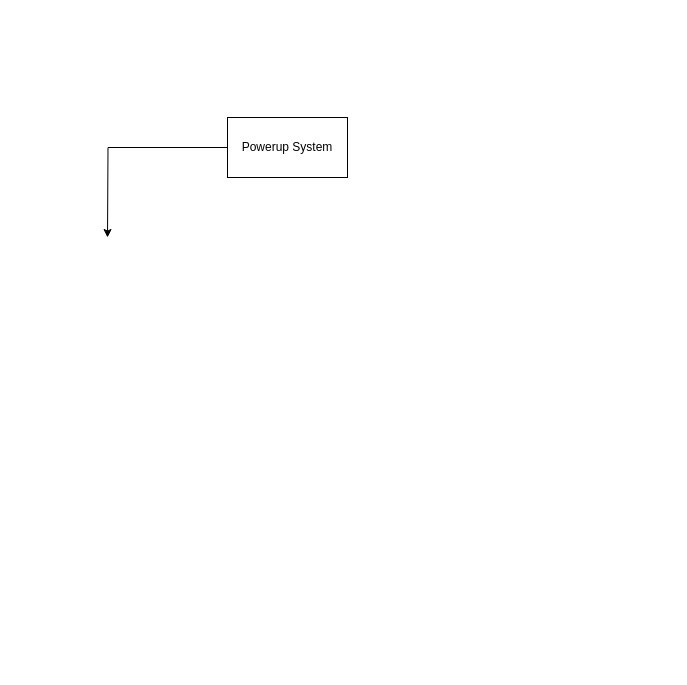
Before: Untitled Diagram.drawio in asian-mario/PongChamp, a draw.io diagram. Source tidied: cells renumbered, new cells numbered last; positions are measured from the earlier drawing's top-left corner, leaving out a move shared by most shapes. Both pictures are drawn from the tidied source at 100%, with x=0, y=0 at pixel (107, 117).
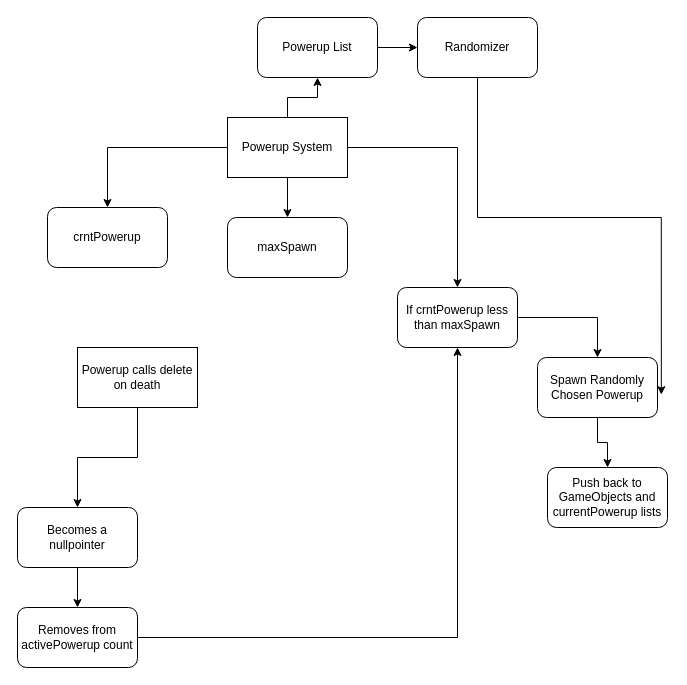
The same page after the edit.

The change refers to these unchanged cells:
```xml
<mxCell id="3" value="Powerup System" style="rounded=0;whiteSpace=wrap;html=1;" parent="1" vertex="1">
  <mxGeometry x="120" width="120" height="60" as="geometry" />
</mxCell>
```

What changed in the source:
```diff
@@
-    <mxCell id="2" style="edgeStyle=orthogonalEdgeStyle;rounded=0;jettySize=auto;html=1;" parent="1" edge="1" source="3">
-      <mxGeometry relative="1" as="geometry">
-        <mxPoint y="120" as="targetPoint" />
-      </mxGeometry>
+    <mxCell id="2" style="edgeStyle=orthogonalEdgeStyle;rounded=0;jettySize=auto;html=1;" parent="1" edge="1" source="3" target="7">
+      <mxGeometry relative="1" as="geometry" />
     </mxCell>
+    <mxCell id="4" style="edgeStyle=orthogonalEdgeStyle;rounded=0;jettySize=auto;html=1;" parent="1" edge="1" source="3" target="8">
+      <mxGeometry relative="1" as="geometry" />
+    </mxCell>
+    <mxCell id="5" style="edgeStyle=orthogonalEdgeStyle;rounded=0;jettySize=auto;html=1;" parent="1" edge="1" source="3" target="10">
+      <mxGeometry relative="1" as="geometry" />
+    </mxCell>
+    <mxCell id="6" style="edgeStyle=orthogonalEdgeStyle;rounded=0;jettySize=auto;html=1;" parent="1" edge="1" source="3" target="14">
+      <mxGeometry relative="1" as="geometry" />
+    </mxCell>
@@
+    <mxCell id="7" value="crntPowerup" style="rounded=1;whiteSpace=wrap;html=1;" parent="1" vertex="1">
+      <mxGeometry x="-60" y="90" width="120" height="60" as="geometry" />
+    </mxCell>
+    <mxCell id="8" value="maxSpawn" style="rounded=1;whiteSpace=wrap;html=1;" parent="1" vertex="1">
+      <mxGeometry x="120" y="100" width="120" height="60" as="geometry" />
+    </mxCell>
+    <mxCell id="9" style="edgeStyle=orthogonalEdgeStyle;rounded=0;jettySize=auto;html=1;" parent="1" edge="1" source="10" target="12">
+      <mxGeometry relative="1" as="geometry" />
+    </mxCell>
+    <mxCell id="10" value="If crntPowerup less than maxSpawn" style="rounded=1;whiteSpace=wrap;html=1;" parent="1" vertex="1">
+      <mxGeometry x="290" y="170" width="120" height="60" as="geometry" />
+    </mxCell>
+    <mxCell id="11" style="edgeStyle=orthogonalEdgeStyle;rounded=0;jettySize=auto;html=1;" parent="1" edge="1" source="12" target="17">
+      <mxGeometry relative="1" as="geometry" />
+    </mxCell>
+    <mxCell id="12" value="Spawn Randomly Chosen Powerup" style="rounded=1;whiteSpace=wrap;html=1;" parent="1" vertex="1">
+      <mxGeometry x="430" y="240" width="120" height="60" as="geometry" />
+    </mxCell>
+    <mxCell id="13" style="edgeStyle=orthogonalEdgeStyle;rounded=0;jettySize=auto;html=1;" parent="1" edge="1" source="14" target="16">
+      <mxGeometry relative="1" as="geometry" />
+    </mxCell>
+    <mxCell id="14" value="Powerup List" style="rounded=1;whiteSpace=wrap;html=1;" parent="1" vertex="1">
+      <mxGeometry x="150" y="-100" width="120" height="60" as="geometry" />
+    </mxCell>
+    <mxCell id="15" style="edgeStyle=orthogonalEdgeStyle;rounded=0;jettySize=auto;html=1;entryX=1.032;entryY=0.619;entryDx=0;entryDy=0;entryPerimeter=0;" parent="1" edge="1" source="16" target="12">
+      <mxGeometry relative="1" as="geometry" />
+    </mxCell>
+    <mxCell id="16" value="Randomizer" style="rounded=1;whiteSpace=wrap;html=1;" parent="1" vertex="1">
+      <mxGeometry x="310" y="-100" width="120" height="60" as="geometry" />
+    </mxCell>
+    <mxCell id="17" value="Push back to GameObjects and currentPowerup lists" style="rounded=1;whiteSpace=wrap;html=1;" parent="1" vertex="1">
+      <mxGeometry x="440" y="350" width="120" height="60" as="geometry" />
+    </mxCell>
+    <mxCell id="18" style="edgeStyle=orthogonalEdgeStyle;rounded=0;jettySize=auto;html=1;" parent="1" edge="1" source="19" target="21">
+      <mxGeometry relative="1" as="geometry" />
+    </mxCell>
+    <mxCell id="19" value="Powerup calls delete on death" style="rounded=0;whiteSpace=wrap;html=1;" parent="1" vertex="1">
+      <mxGeometry x="-30" y="230" width="120" height="60" as="geometry" />
+    </mxCell>
+    <mxCell id="20" style="edgeStyle=orthogonalEdgeStyle;rounded=0;jettySize=auto;html=1;" parent="1" edge="1" source="21" target="23">
+      <mxGeometry relative="1" as="geometry" />
+    </mxCell>
+    <mxCell id="21" value="Becomes a nullpointer" style="rounded=1;whiteSpace=wrap;html=1;" parent="1" vertex="1">
+      <mxGeometry x="-90" y="390" width="120" height="60" as="geometry" />
+    </mxCell>
+    <mxCell id="22" style="edgeStyle=orthogonalEdgeStyle;rounded=0;jettySize=auto;html=1;entryX=0.5;entryY=1;entryDx=0;entryDy=0;" parent="1" edge="1" source="23" target="10">
+      <mxGeometry relative="1" as="geometry" />
+    </mxCell>
+    <mxCell id="23" value="Removes from activePowerup count" style="rounded=1;whiteSpace=wrap;html=1;" parent="1" vertex="1">
+      <mxGeometry x="-90" y="490" width="120" height="60" as="geometry" />
+    </mxCell>
```
